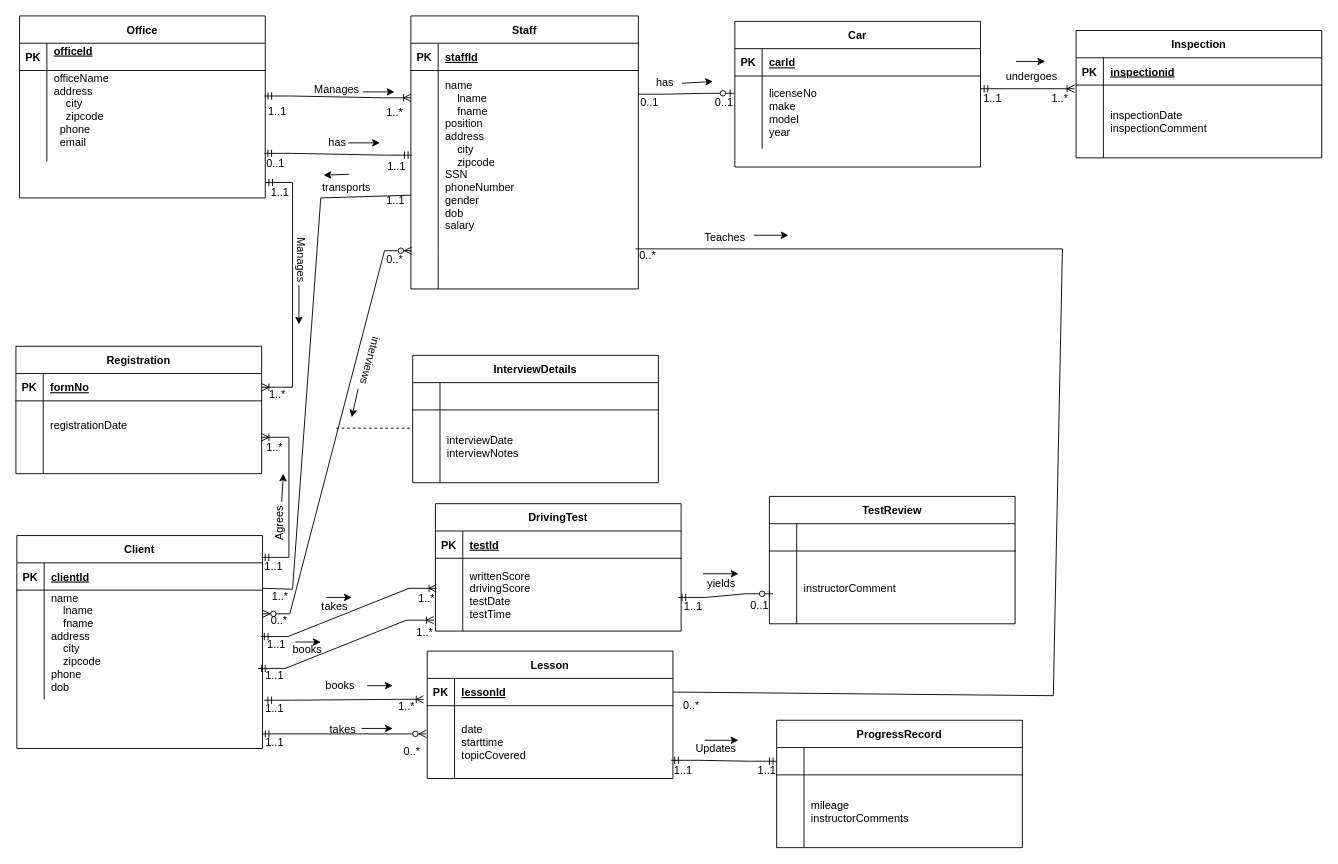
Earlier version of the draw.io diagram dbms project part 1.drawio (arindakhill/7.-DBMS-by-Mrudula-Mukadam). Source tidied: cells renumbered, new cells numbered last; positions are measured from the earlier drawing's top-left corner, leaving out a move shared by most shapes. Both pictures are drawn from the tidied source at 91%, with x=0, y=0 at pixel (-15, 15).
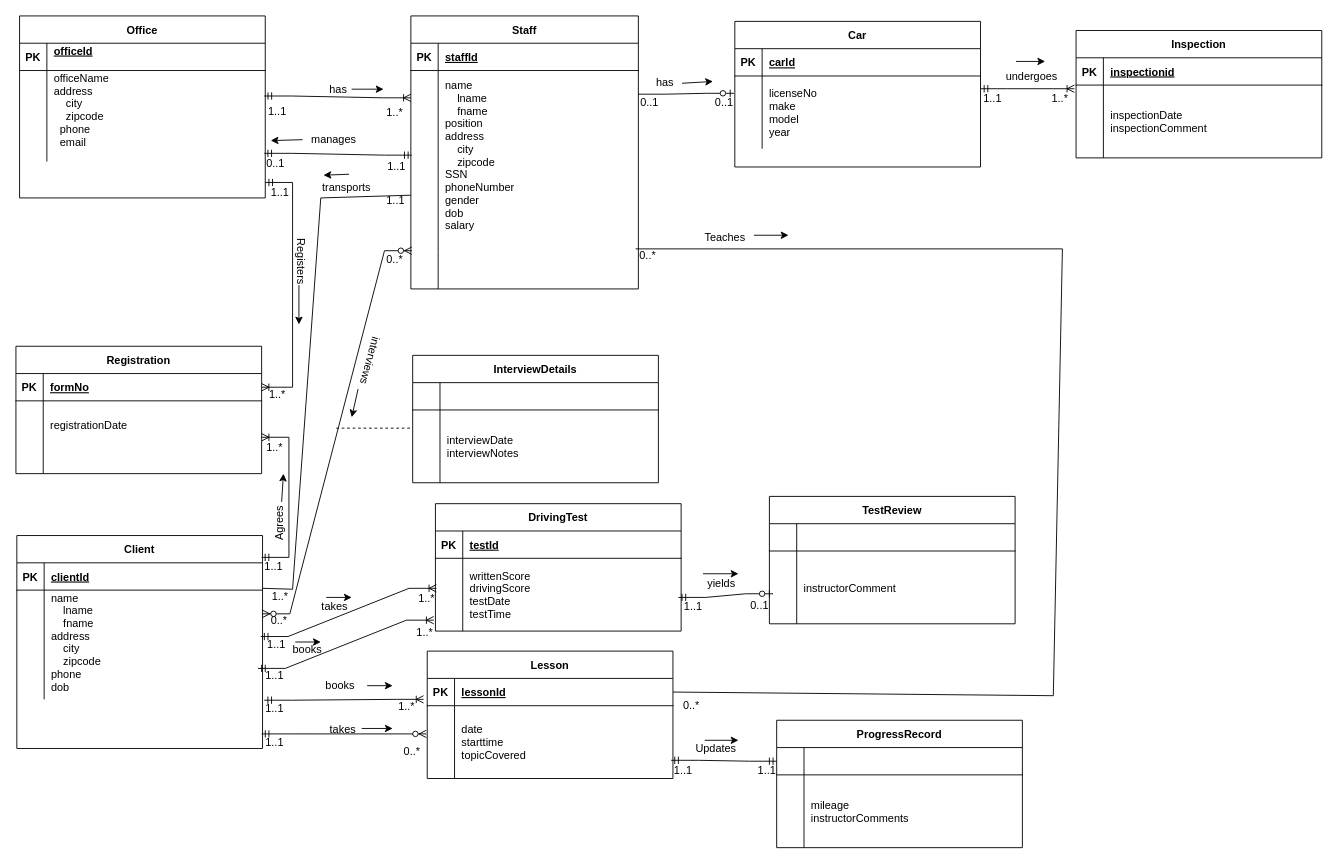
The same page after the edit.

Diff of the diagram source:
```diff
@@
-    <mxCell id="87" value="Manages&amp;nbsp;" style="text;html=1;align=center;verticalAlign=middle;strokeColor=none;fillColor=none;" parent="1" vertex="1">
-      <mxGeometry x="352" y="68" width="71" height="26" as="geometry" />
+    <mxCell id="87" value="has" style="text;html=1;align=center;verticalAlign=middle;strokeColor=none;fillColor=none;" parent="1" vertex="1">
+      <mxGeometry x="369" y="68" width="37" height="26" as="geometry" />
     </mxCell>
     <mxCell id="88" style="endArrow=classic;html=1;rounded=0;" parent="1" edge="1">
       <mxGeometry relative="1" as="geometry">
-        <mxPoint x="415" y="83.5" as="sourcePoint" />
-        <mxPoint x="450" y="83.5" as="targetPoint" />
+        <mxPoint x="403" y="80.5" as="sourcePoint" />
+        <mxPoint x="438" y="80.5" as="targetPoint" />
       </mxGeometry>
     </mxCell>
-    <mxCell id="89" value="has" style="text;html=1;align=center;verticalAlign=middle;points=[];strokeColor=none;fillColor=none;" parent="1" vertex="1">
-      <mxGeometry x="368" y="126" width="37" height="26" as="geometry" />
+    <mxCell id="89" value="manages" style="text;html=1;align=center;verticalAlign=middle;points=[];strokeColor=none;fillColor=none;" parent="1" vertex="1">
+      <mxGeometry x="349" y="123" width="67" height="26" as="geometry" />
     </mxCell>
-    <mxCell id="90" style="endArrow=classic;html=1;rounded=0;" parent="1" edge="1">
+    <mxCell id="90" style="endArrow=classic;html=1;rounded=0;exitX=0;exitY=0.5;exitDx=0;exitDy=0;exitPerimeter=0;" parent="1" edge="1" source="89">
       <mxGeometry relative="1" as="geometry">
-        <mxPoint x="399" y="139.5" as="sourcePoint" />
-        <mxPoint x="434" y="139.5" as="targetPoint" />
+        <mxPoint x="314" y="137" as="targetPoint" />
       </mxGeometry>
     </mxCell>
@@
-    <mxCell id="104" value="Manages&amp;nbsp;" style="text;html=1;align=center;verticalAlign=middle;strokeColor=none;fillColor=none;rotation=90;" parent="1" vertex="1">
-      <mxGeometry x="312" y="256" width="71" height="26" as="geometry" />
+    <mxCell id="104" value="Registers" style="text;html=1;align=center;verticalAlign=middle;strokeColor=none;fillColor=none;rotation=90;" parent="1" vertex="1">
+      <mxGeometry x="313" y="256" width="69" height="26" as="geometry" />
     </mxCell>
```
